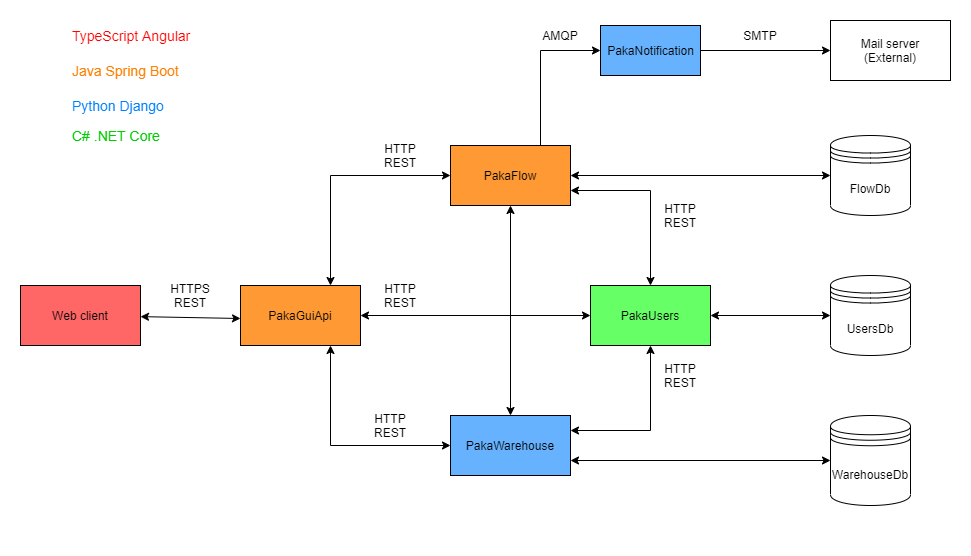
Above: wiki images/arch.png in IUI-januszex/documentation (draw.io), before the change. Source tidied: cells renumbered, new cells last; positions are measured from the earlier drawing's top-left corner, leaving out a move shared by most shapes.
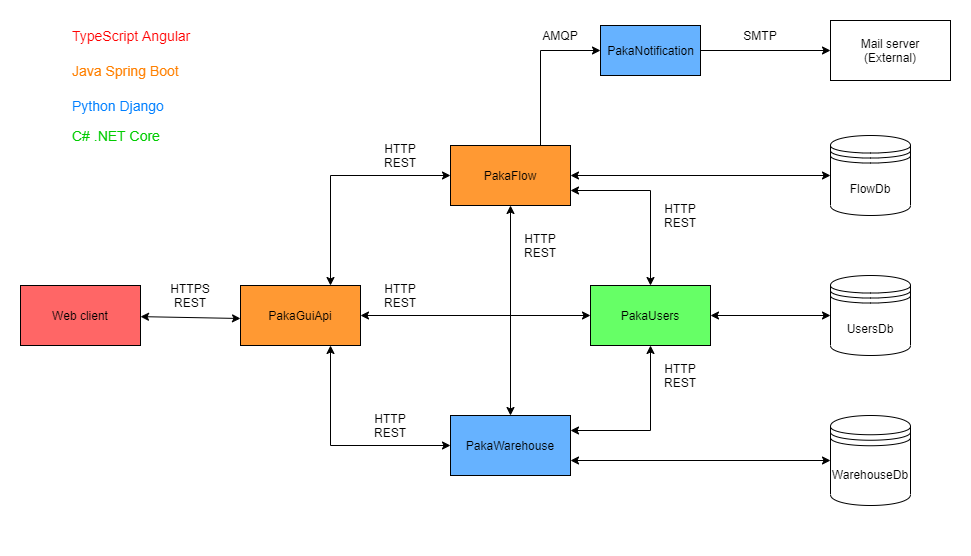
The same diagram one commit later.

Change to the diagram source:
```diff
@@ -109,5 +109,8 @@
     <mxCell id="36" value="SMTP" style="text;html=1;strokeColor=none;fillColor=none;align=center;verticalAlign=middle;whiteSpace=wrap;rounded=0;" parent="1" vertex="1">
       <mxGeometry x="740" y="25" width="40" height="20" as="geometry" />
     </mxCell>
+    <mxCell id="37" value="HTTP&lt;br&gt;REST" style="text;html=1;strokeColor=none;fillColor=none;align=center;verticalAlign=middle;whiteSpace=wrap;rounded=0;" parent="1" vertex="1">
+      <mxGeometry x="520" y="235" width="40" height="20" as="geometry" />
+    </mxCell>
   </root>
 </mxGraphModel>
```
